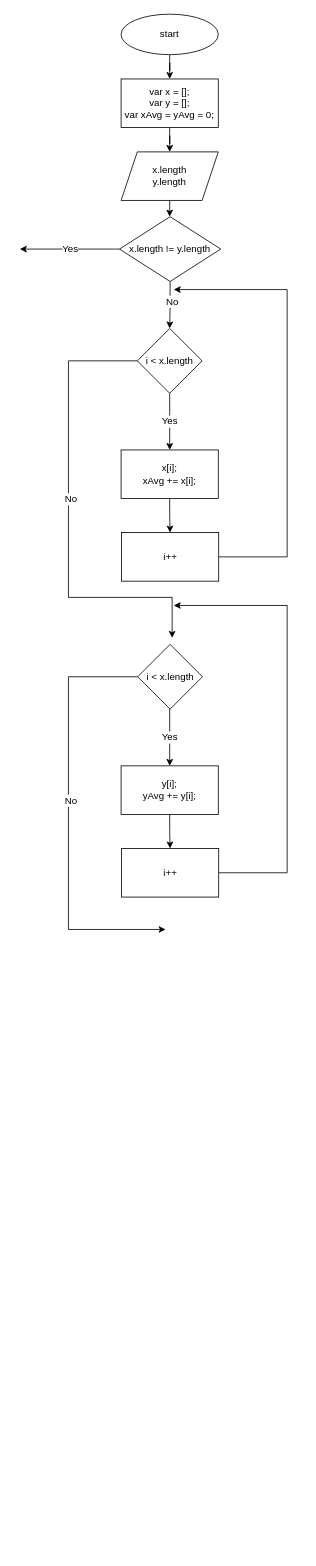
The draw.io diagram page "Page-2" (2 of 2) of algorithm.drawio in MahmoudOsman99/algorithms, before the edit. Source tidied: cells renumbered, new cells numbered last; positions are measured from the earlier drawing's top-left corner, leaving out a move shared by most shapes. Both pictures are drawn from the tidied source at 81%, with x=0, y=0 at pixel (19, 14).
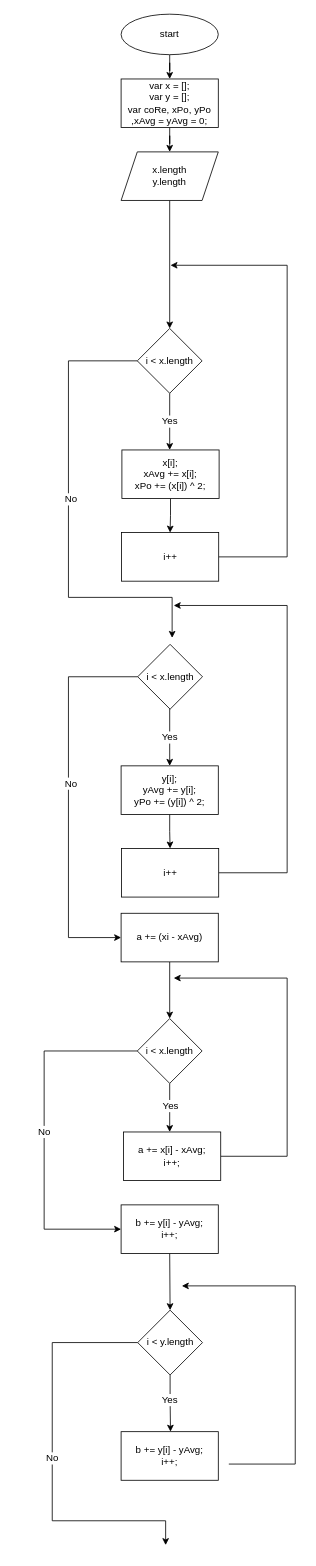
After the change.

The change refers to these unchanged cells:
```xml
<mxCell id="7" value="x.length&lt;br&gt;y.length" style="shape=parallelogram;perimeter=parallelogramPerimeter;whiteSpace=wrap;html=1;fixedSize=1;fontSize=12;" parent="1" vertex="1">
  <mxGeometry x="125" y="170" width="120" height="60" as="geometry" />
</mxCell>
<mxCell id="13" value="i &amp;lt; x.length" style="rhombus;whiteSpace=wrap;html=1;fontSize=12;" parent="1" vertex="1">
  <mxGeometry x="145" y="388" width="80" height="80" as="geometry" />
</mxCell>
<mxCell id="19" value="i++" style="whiteSpace=wrap;html=1;rounded=0;" parent="1" vertex="1">
  <mxGeometry x="125.5" y="640" width="120" height="60" as="geometry" />
</mxCell>
<mxCell id="23" value="i &amp;lt; x.length" style="rhombus;whiteSpace=wrap;html=1;fontSize=12;" parent="1" vertex="1">
  <mxGeometry x="145.5" y="778" width="80" height="80" as="geometry" />
</mxCell>
```

What changed in the source:
```diff
@@
-    <mxCell id="4" style="edgeStyle=orthogonalEdgeStyle;rounded=0;jettySize=auto;html=1;fontSize=12;startArrow=none;" parent="1" edge="1" source="17" target="13">
-      <mxGeometry relative="1" as="geometry" />
-    </mxCell>
-    <mxCell id="5" value="No" style="edgeLabel;html=1;align=center;verticalAlign=middle;fontSize=12;" parent="4" vertex="1">
-      <mxGeometry x="-0.18" y="2" relative="1" as="geometry" />
-    </mxCell>
-    <mxCell id="6" style="edgeStyle=orthogonalEdgeStyle;rounded=0;jettySize=auto;html=1;fontSize=12;" parent="1" edge="1" source="7" target="17">
+    <mxCell id="6" style="edgeStyle=orthogonalEdgeStyle;rounded=0;jettySize=auto;html=1;fontSize=12;entryX=0.5;entryY=0;entryDx=0;entryDy=0;" parent="1" edge="1" source="7" target="13">
       <mxGeometry relative="1" as="geometry" />
     </mxCell>
@@
-    <mxCell id="9" value="var x = [];&lt;br&gt;var y = [];&lt;br&gt;var xAvg = yAvg = 0;" style="rounded=0;whiteSpace=wrap;html=1;fontSize=12;" parent="1" vertex="1">
+    <mxCell id="9" value="var x = [];&lt;br&gt;var y = [];&lt;br&gt;var coRe, xPo, yPo ,xAvg = yAvg = 0;" style="rounded=0;whiteSpace=wrap;html=1;fontSize=12;" parent="1" vertex="1">
       <mxGeometry x="125" y="80" width="120" height="60" as="geometry" />
     </mxCell>
@@
-    <mxCell id="15" value="x[i];&lt;br&gt;xAvg += x[i];" style="rounded=0;whiteSpace=wrap;html=1;fontSize=12;" parent="1" vertex="1">
-      <mxGeometry x="125" y="538" width="120" height="60" as="geometry" />
+    <mxCell id="15" value="x[i];&lt;br&gt;xAvg += x[i];&lt;br&gt;xPo += (x[i]) ^ 2;" style="rounded=0;whiteSpace=wrap;html=1;fontSize=12;" parent="1" vertex="1">
+      <mxGeometry x="126" y="538" width="120" height="60" as="geometry" />
     </mxCell>
-    <mxCell id="16" value="Yes" style="edgeStyle=orthogonalEdgeStyle;rounded=0;jettySize=auto;html=1;fontSize=12;" parent="1" edge="1" source="17">
-      <mxGeometry relative="1" as="geometry">
-        <mxPoint y="290" as="targetPoint" />
-      </mxGeometry>
-    </mxCell>
-    <mxCell id="17" value="x.length != y.length" style="rhombus;whiteSpace=wrap;html=1;fontSize=12;" parent="1" vertex="1">
-      <mxGeometry x="123" y="250" width="125" height="80" as="geometry" />
-    </mxCell>
     <mxCell id="18" style="edgeStyle=orthogonalEdgeStyle;rounded=0;jettySize=auto;html=1;fontSize=12;" parent="1" edge="1" source="19">
       <mxGeometry relative="1" as="geometry">
-        <mxPoint x="190" y="340" as="targetPoint" />
+        <mxPoint x="186" y="310" as="targetPoint" />
         <Array as="points">
           <mxPoint x="330" y="670" />
-          <mxPoint x="330" y="340" />
+          <mxPoint x="330" y="310" />
         </Array>
       </mxGeometry>
     </mxCell>
@@
-    <mxCell id="20" style="edgeStyle=orthogonalEdgeStyle;rounded=0;jettySize=auto;html=1;fontSize=12;" parent="1" edge="1" source="23">
+    <mxCell id="20" style="edgeStyle=orthogonalEdgeStyle;rounded=0;jettySize=auto;html=1;fontSize=12;" parent="1" edge="1" source="23" target="29">
       <mxGeometry relative="1" as="geometry">
-        <mxPoint x="180" y="1130" as="targetPoint" />
         <Array as="points">
           <mxPoint x="60" y="818" />
+          <mxPoint x="60" y="1140" />
         </Array>
       </mxGeometry>
     </mxCell>
@@
-    <mxCell id="25" value="y[i];&lt;br&gt;yAvg += y[i];" style="rounded=0;whiteSpace=wrap;html=1;fontSize=12;" parent="1" vertex="1">
+    <mxCell id="25" value="y[i];&lt;br&gt;yAvg += y[i];&lt;br&gt;yPo += (y[i]) ^ 2;" style="rounded=0;whiteSpace=wrap;html=1;fontSize=12;" parent="1" vertex="1">
       <mxGeometry x="125" y="928" width="120" height="60" as="geometry" />
     </mxCell>
@@
+    <mxCell id="28" style="edgeStyle=orthogonalEdgeStyle;rounded=0;jettySize=auto;html=1;fontSize=12;" parent="1" edge="1" source="29" target="33">
+      <mxGeometry relative="1" as="geometry" />
+    </mxCell>
+    <mxCell id="29" value="a += (xi - xAvg)" style="rounded=0;whiteSpace=wrap;html=1;fontSize=12;" parent="1" vertex="1">
+      <mxGeometry x="125" y="1110" width="120" height="60" as="geometry" />
+    </mxCell>
+    <mxCell id="30" style="edgeStyle=orthogonalEdgeStyle;rounded=0;jettySize=auto;html=1;fontSize=12;" parent="1" edge="1" source="33">
+      <mxGeometry relative="1" as="geometry">
+        <mxPoint x="185" y="1380" as="targetPoint" />
+      </mxGeometry>
+    </mxCell>
+    <mxCell id="31" value="Yes" style="edgeLabel;html=1;align=center;verticalAlign=middle;fontSize=12;" parent="30" vertex="1">
+      <mxGeometry x="-0.12" relative="1" as="geometry" />
+    </mxCell>
+    <mxCell id="32" value="No" style="edgeStyle=orthogonalEdgeStyle;rounded=0;jettySize=auto;html=1;fontSize=12;" parent="1" edge="1" source="33">
+      <mxGeometry relative="1" as="geometry">
+        <mxPoint x="125" y="1500" as="targetPoint" />
+        <Array as="points">
+          <mxPoint x="30" y="1280" />
+          <mxPoint x="30" y="1500" />
+        </Array>
+      </mxGeometry>
+    </mxCell>
+    <mxCell id="33" value="i &amp;lt; x.length" style="rhombus;whiteSpace=wrap;html=1;rounded=0;" parent="1" vertex="1">
+      <mxGeometry x="145" y="1240" width="80" height="80" as="geometry" />
+    </mxCell>
+    <mxCell id="34" style="edgeStyle=orthogonalEdgeStyle;rounded=0;jettySize=auto;html=1;fontSize=12;" parent="1" edge="1" source="35">
+      <mxGeometry relative="1" as="geometry">
+        <mxPoint x="190" y="1190" as="targetPoint" />
+        <Array as="points">
+          <mxPoint x="330" y="1410" />
+          <mxPoint x="330" y="1190" />
+        </Array>
+      </mxGeometry>
+    </mxCell>
+    <mxCell id="35" value="a += x[i] - xAvg;&lt;br&gt;i++;" style="rounded=0;whiteSpace=wrap;html=1;fontSize=12;" parent="1" vertex="1">
+      <mxGeometry x="128" y="1380" width="120" height="60" as="geometry" />
+    </mxCell>
+    <mxCell id="36" style="edgeStyle=orthogonalEdgeStyle;rounded=0;jettySize=auto;html=1;entryX=0.5;entryY=0;entryDx=0;entryDy=0;fontSize=12;" parent="1" edge="1" target="40">
+      <mxGeometry relative="1" as="geometry">
+        <mxPoint x="185" y="1530" as="sourcePoint" />
+      </mxGeometry>
+    </mxCell>
+    <mxCell id="37" style="edgeStyle=orthogonalEdgeStyle;rounded=0;jettySize=auto;html=1;fontSize=12;" parent="1" edge="1" source="40">
+      <mxGeometry relative="1" as="geometry">
+        <mxPoint x="186" y="1750" as="targetPoint" />
+        <Array as="points">
+          <mxPoint x="186" y="1710" />
+          <mxPoint x="186" y="1740" />
+        </Array>
+      </mxGeometry>
+    </mxCell>
+    <mxCell id="38" value="Yes" style="edgeLabel;html=1;align=center;verticalAlign=middle;fontSize=12;" parent="37" vertex="1">
+      <mxGeometry x="-0.12" relative="1" as="geometry">
+        <mxPoint x="-1" as="offset" />
+      </mxGeometry>
+    </mxCell>
+    <mxCell id="39" value="No" style="edgeStyle=orthogonalEdgeStyle;rounded=0;jettySize=auto;html=1;fontSize=12;" parent="1" edge="1" source="40">
+      <mxGeometry relative="1" as="geometry">
+        <mxPoint x="180" y="1890" as="targetPoint" />
+        <Array as="points">
+          <mxPoint x="40" y="1640" />
+          <mxPoint x="40" y="1860" />
+        </Array>
+      </mxGeometry>
+    </mxCell>
+    <mxCell id="40" value="i &amp;lt; y.length" style="rhombus;whiteSpace=wrap;html=1;rounded=0;" parent="1" vertex="1">
+      <mxGeometry x="145.5" y="1600" width="80" height="80" as="geometry" />
+    </mxCell>
+    <mxCell id="41" style="edgeStyle=orthogonalEdgeStyle;rounded=0;orthogonalLoop=1;jettySize=auto;html=1;fontSize=12;" parent="1" edge="1">
+      <mxGeometry relative="1" as="geometry">
+        <mxPoint x="258" y="1790" as="sourcePoint" />
+        <mxPoint x="200" y="1570" as="targetPoint" />
+        <Array as="points">
+          <mxPoint x="340" y="1790" />
+          <mxPoint x="340" y="1570" />
+        </Array>
+      </mxGeometry>
+    </mxCell>
+    <mxCell id="42" value="b += y[i] - yAvg;&lt;br&gt;i++;" style="rounded=0;whiteSpace=wrap;html=1;fontSize=12;" parent="1" vertex="1">
+      <mxGeometry x="125" y="1750" width="120" height="60" as="geometry" />
+    </mxCell>
+    <mxCell id="43" value="b += y[i] - yAvg;&lt;br&gt;i++;" style="rounded=0;whiteSpace=wrap;html=1;fontSize=12;" parent="1" vertex="1">
+      <mxGeometry x="125" y="1470" width="120" height="60" as="geometry" />
+    </mxCell>
```
